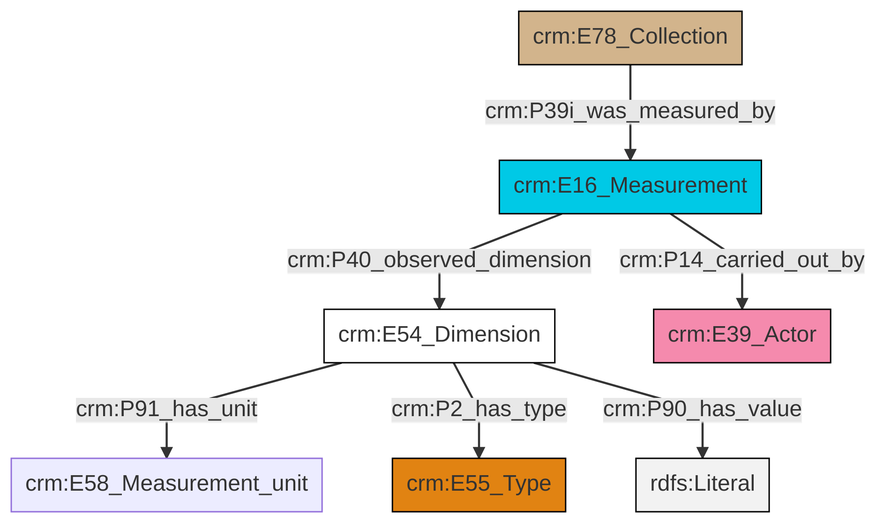
swiss-art-research-net/docs.swissartresearch keeps this Mermaid diagram as et/archivalCSV/ttl/mmd/png/archival_substance.png. Above is the earlier version. Its source is kept beside it as et/archivalCSV/ttl/mmd/archival_substance.ttl.mmd.
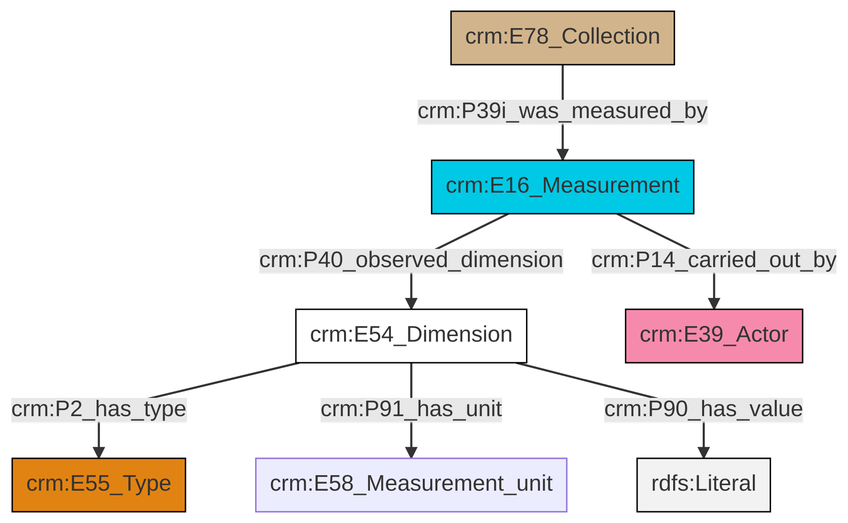
After the commit.

Change to the diagram source:
```diff
@@ -13,9 +13,9 @@
 classDef PC_Classes fill:#4ce600, stroke:#000000;
 classDef Multi fill:#cccccc,stroke:#000000;
 
-2["crm:E54_Dimension"]:::CRM_Entity -->|crm:P91_has_unit| 0["crm:E58_Measurement_unit"]:::Default
-2["crm:E54_Dimension"]:::CRM_Entity -->|crm:P2_has_type| 3["crm:E55_Type"]:::Type
-4["crm:E78_Collection"]:::Physical_Thing -->|crm:P39i_was_measured_by| 5["crm:E16_Measurement"]:::Temporal_Entity
-5["crm:E16_Measurement"]:::Temporal_Entity -->|crm:P40_observed_dimension| 2["crm:E54_Dimension"]:::CRM_Entity
-2["crm:E54_Dimension"]:::CRM_Entity -->|crm:P90_has_value| 6[rdfs:Literal]:::Literal
-5["crm:E16_Measurement"]:::Temporal_Entity -->|crm:P14_carried_out_by| 8["crm:E39_Actor"]:::Actor
+0["crm:E54_Dimension"]:::CRM_Entity -->|crm:P2_has_type| 1["crm:E55_Type"]:::Type
+4["crm:E16_Measurement"]:::Temporal_Entity -->|crm:P14_carried_out_by| 2["crm:E39_Actor"]:::Actor
+4["crm:E16_Measurement"]:::Temporal_Entity -->|crm:P40_observed_dimension| 0["crm:E54_Dimension"]:::CRM_Entity
+10["crm:E78_Collection"]:::Physical_Thing -->|crm:P39i_was_measured_by| 4["crm:E16_Measurement"]:::Temporal_Entity
+0["crm:E54_Dimension"]:::CRM_Entity -->|crm:P91_has_unit| 7["crm:E58_Measurement_unit"]:::Default
+0["crm:E54_Dimension"]:::CRM_Entity -->|crm:P90_has_value| 12[rdfs:Literal]:::Literal
```
